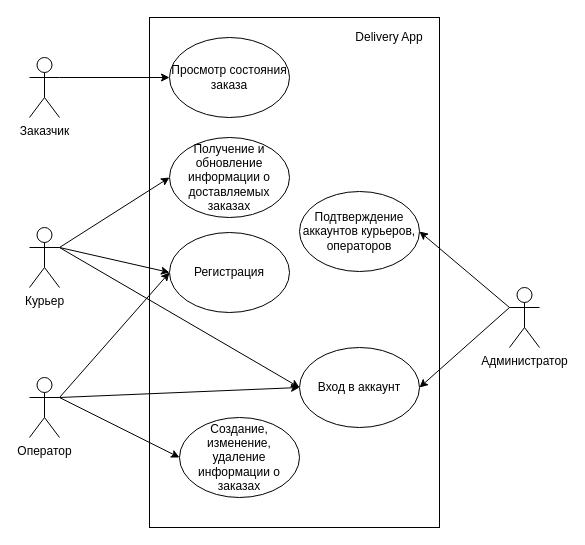
Before: use-case.drawio in Vladislav2147/Delivery_App, a draw.io diagram. Source tidied: cells renumbered, new cells numbered last; positions are measured from the earlier drawing's top-left corner, leaving out a move shared by most shapes. Both pictures are drawn from the tidied source at 100%, with x=0, y=0 at pixel (29, 17).
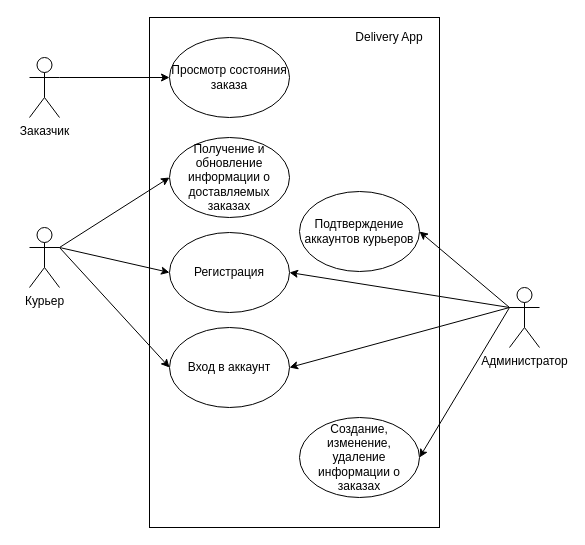
After the change.

Unchanged cells that the change refers to:
```xml
<mxCell id="15" value="Администратор" style="shape=umlActor;verticalLabelPosition=bottom;verticalAlign=top;html=1;outlineConnect=0;" parent="1" vertex="1">
  <mxGeometry x="480" y="270" width="30" height="60" as="geometry" />
</mxCell>
<mxCell id="20" value="Регистрация" style="ellipse;whiteSpace=wrap;html=1;" parent="1" vertex="1">
  <mxGeometry x="140" y="215" width="120" height="80" as="geometry" />
</mxCell>
```

The edit, as a diff of the source:
```diff
@@
-    <mxCell id="9" style="edgeStyle=none;rounded=0;jettySize=auto;html=1;exitX=1;exitY=0.3333333333333333;exitDx=0;exitDy=0;exitPerimeter=0;entryX=0;entryY=0.5;entryDx=0;entryDy=0;" parent="1" edge="1" source="12" target="19">
-      <mxGeometry relative="1" as="geometry" />
-    </mxCell>
-    <mxCell id="10" style="edgeStyle=none;rounded=0;jettySize=auto;html=1;exitX=1;exitY=0.3333333333333333;exitDx=0;exitDy=0;exitPerimeter=0;entryX=0;entryY=0.5;entryDx=0;entryDy=0;" parent="1" edge="1" source="12" target="20">
-      <mxGeometry relative="1" as="geometry" />
-    </mxCell>
-    <mxCell id="11" style="edgeStyle=none;rounded=0;jettySize=auto;html=1;exitX=1;exitY=0.3333333333333333;exitDx=0;exitDy=0;exitPerimeter=0;entryX=0;entryY=0.5;entryDx=0;entryDy=0;" parent="1" edge="1" source="12" target="21">
-      <mxGeometry relative="1" as="geometry" />
-    </mxCell>
-    <mxCell id="12" value="Оператор" style="shape=umlActor;verticalLabelPosition=bottom;verticalAlign=top;html=1;outlineConnect=0;" parent="1" vertex="1">
-      <mxGeometry y="360" width="30" height="60" as="geometry" />
-    </mxCell>
@@
+    <mxCell id="23" style="rounded=0;jettySize=auto;html=1;exitX=0;exitY=0.3333333333333333;exitDx=0;exitDy=0;exitPerimeter=0;entryX=1;entryY=0.5;entryDx=0;entryDy=0;" parent="1" edge="1" source="15" target="19">
+      <mxGeometry relative="1" as="geometry" />
+    </mxCell>
+    <mxCell id="24" style="edgeStyle=none;rounded=0;jettySize=auto;html=1;exitX=0;exitY=0.3333333333333333;exitDx=0;exitDy=0;exitPerimeter=0;entryX=1;entryY=0.5;entryDx=0;entryDy=0;" parent="1" edge="1" source="15" target="20">
+      <mxGeometry relative="1" as="geometry" />
+    </mxCell>
@@
-    <mxCell id="18" value="Подтверждение аккаунтов курьеров, операторов" style="ellipse;whiteSpace=wrap;html=1;" parent="1" vertex="1">
+    <mxCell id="18" value="Подтверждение аккаунтов курьеров" style="ellipse;whiteSpace=wrap;html=1;" parent="1" vertex="1">
       <mxGeometry x="270" y="174" width="120" height="80" as="geometry" />
     </mxCell>
     <mxCell id="19" value="Создание, изменение, удаление информации о заказах" style="ellipse;whiteSpace=wrap;html=1;" parent="1" vertex="1">
-      <mxGeometry x="150" y="400" width="120" height="80" as="geometry" />
+      <mxGeometry x="270" y="400" width="120" height="80" as="geometry" />
     </mxCell>
@@
     <mxCell id="21" value="Вход в аккаунт" style="ellipse;whiteSpace=wrap;html=1;" parent="1" vertex="1">
-      <mxGeometry x="270" y="330" width="120" height="80" as="geometry" />
+      <mxGeometry x="140" y="310" width="120" height="80" as="geometry" />
     </mxCell>
```
